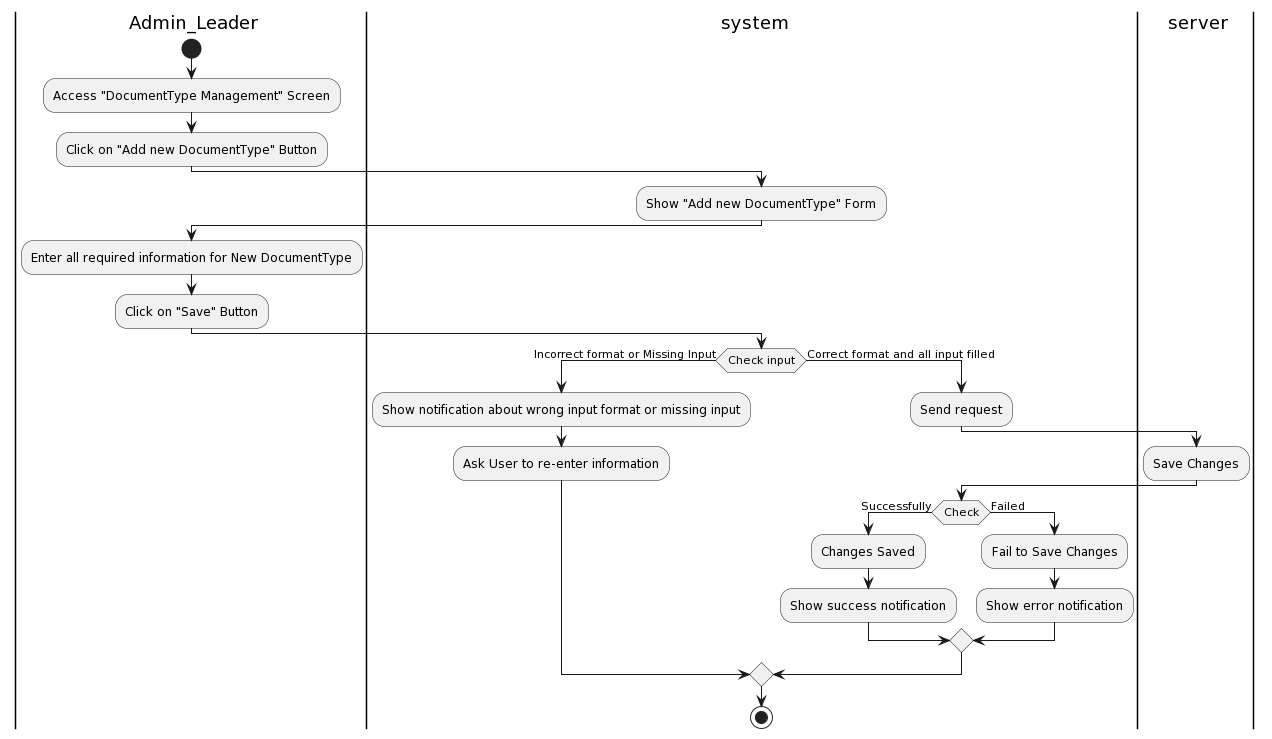
Above: Lab1/Lab1.2/Activity Diagram/SystemManagement/DocumentTypeManagement/AddnewDocumentType/AddnewDocumentType.png in khoapham1003/SE357-Pratice-class (PlantUML), before the change. Source of this version:
```plantuml
@startuml
|a| Admin_Leader
|sys| system
|ser| server
|a|
start
:Access "DocumentType Management" Screen;

:Click on "Add new DocumentType" Button;
|sys|
:Show "Add new DocumentType" Form;
|a|
:Enter all required information for New DocumentType;
:Click on "Save" Button;
|sys|
if (Check input) then (Incorrect format or Missing Input)
:Show notification about wrong input format or missing input;
:Ask User to re-enter information;
else (Correct format and all input filled)
|sys|
:Send request;
|ser|
:Save Changes;
|sys|
if(Check) then (Successfully)
:Changes Saved;
:Show success notification;
else (Failed)
:Fail to Save Changes;
:Show error notification;
endif
endif
stop
@enduml
```
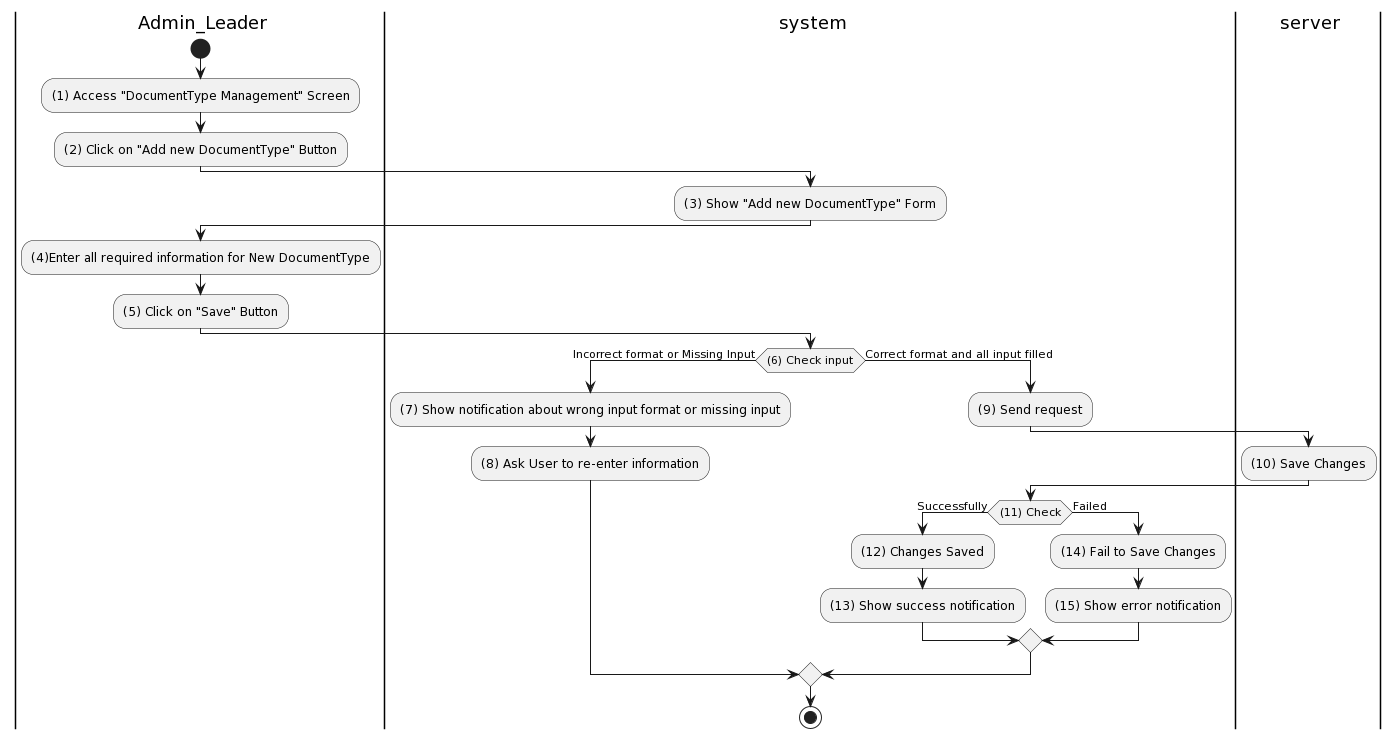
After the commit.

Change to the diagram source:
```diff
@@ -4,30 +4,29 @@
 |ser| server
 |a|
 start
-:Access "DocumentType Management" Screen;
-
-:Click on "Add new DocumentType" Button;
+:(1) Access "DocumentType Management" Screen;
+:(2) Click on "Add new DocumentType" Button;
 |sys|
-:Show "Add new DocumentType" Form;
+:(3) Show "Add new DocumentType" Form;
 |a|
-:Enter all required information for New DocumentType;
-:Click on "Save" Button;
+:(4)Enter all required information for New DocumentType;
+:(5) Click on "Save" Button;
 |sys|
-if (Check input) then (Incorrect format or Missing Input)
-:Show notification about wrong input format or missing input;
-:Ask User to re-enter information;
+if ((6) Check input) then (Incorrect format or Missing Input)
+:(7) Show notification about wrong input format or missing input;
+:(8) Ask User to re-enter information;
 else (Correct format and all input filled)
 |sys|
-:Send request;
+:(9) Send request;
 |ser|
-:Save Changes;
+:(10) Save Changes;
 |sys|
-if(Check) then (Successfully)
-:Changes Saved;
-:Show success notification;
+if((11) Check) then (Successfully)
+:(12) Changes Saved;
+:(13) Show success notification;
 else (Failed)
-:Fail to Save Changes;
-:Show error notification;
+:(14) Fail to Save Changes;
+:(15) Show error notification;
 endif
 endif
 stop
```
